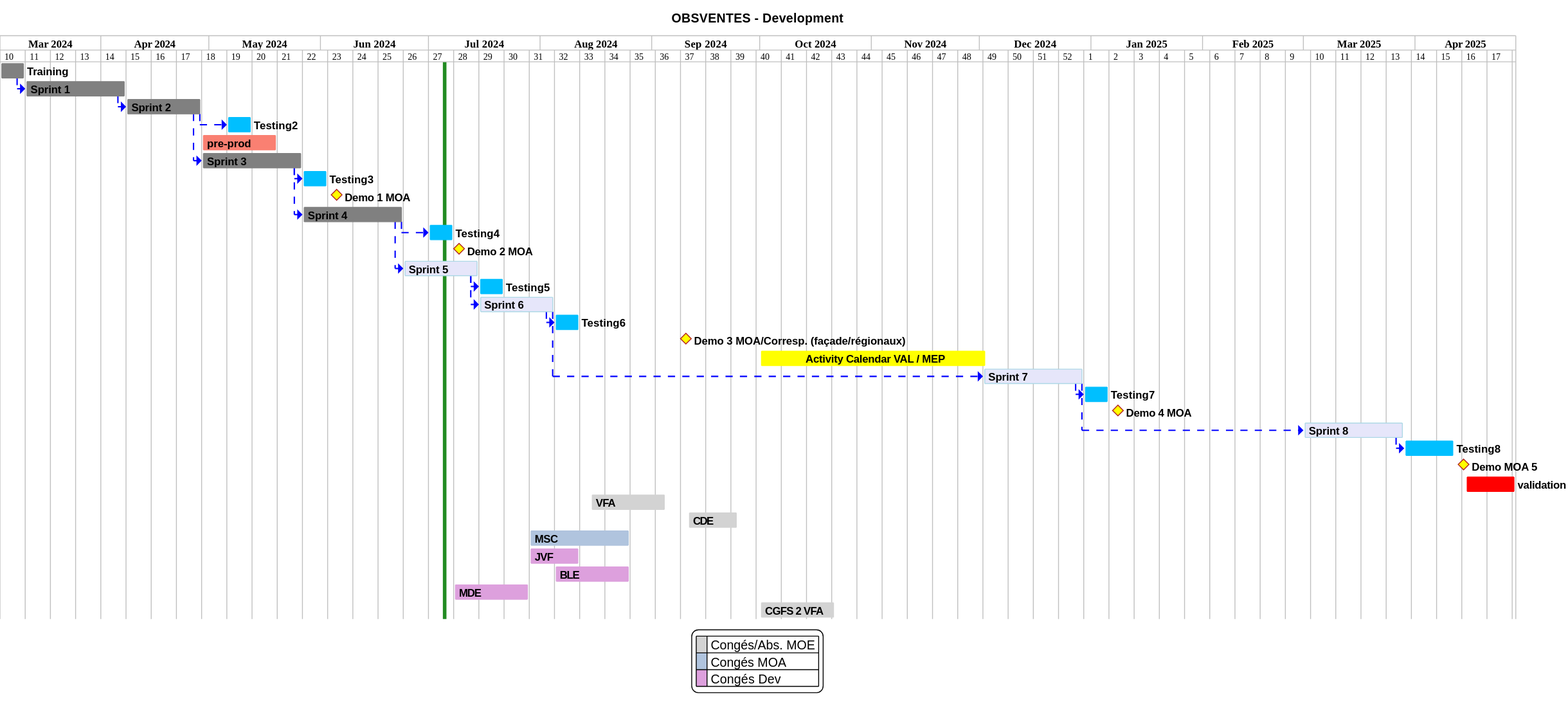
Earlier version of the PlantUML export projects/obsvente/not/images/refonte-obsventes-planning-sprints.svg (sumaris-net/sumaris-doc).
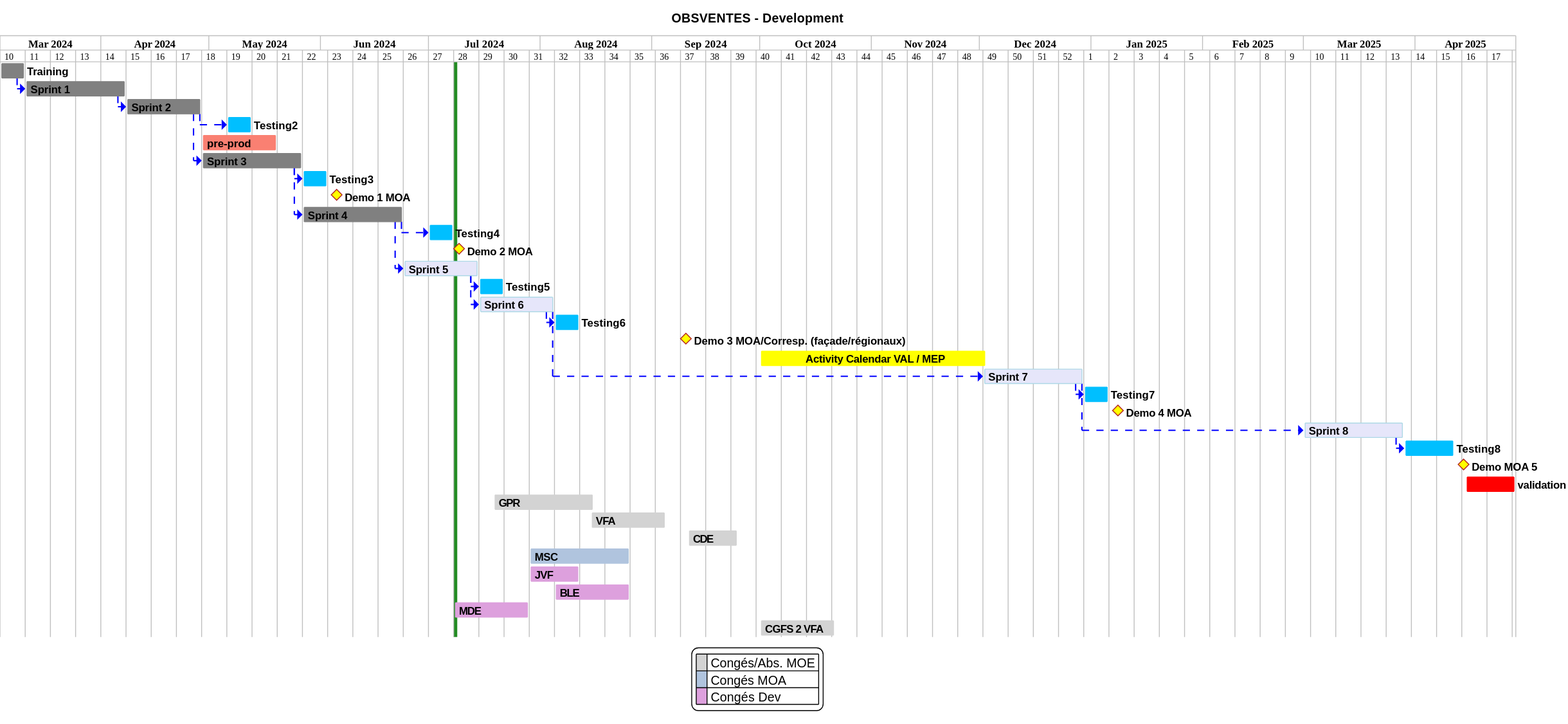
The same diagram one commit later.

Commit message:
[enh] Update ActiFlot, ObsVentes V2 planning and MOA demo

Change to the diagram source:
```diff
@@ -123,8 +123,10 @@
 [VAL] is colored in red
 
 
-[VFA] as [CONG_VFA] requires 3 week and starts the 15th of August 2024 and requires 2 week and starts the 11 of september 2024
+[GPR] as [CONG_GPR] requires 4 week and starts the 19th of July 2024
+[VFA] as [CONG_VFA] requires 3 week and starts the 15th of August 2024
 [CDE] as [CONG_CDE] requires 2 week and starts the 11 of september 2024
+[GPR] is colored in lightgrey
 [VFA] is colored in lightgrey
 [CDE] is colored in lightgrey
 
```
